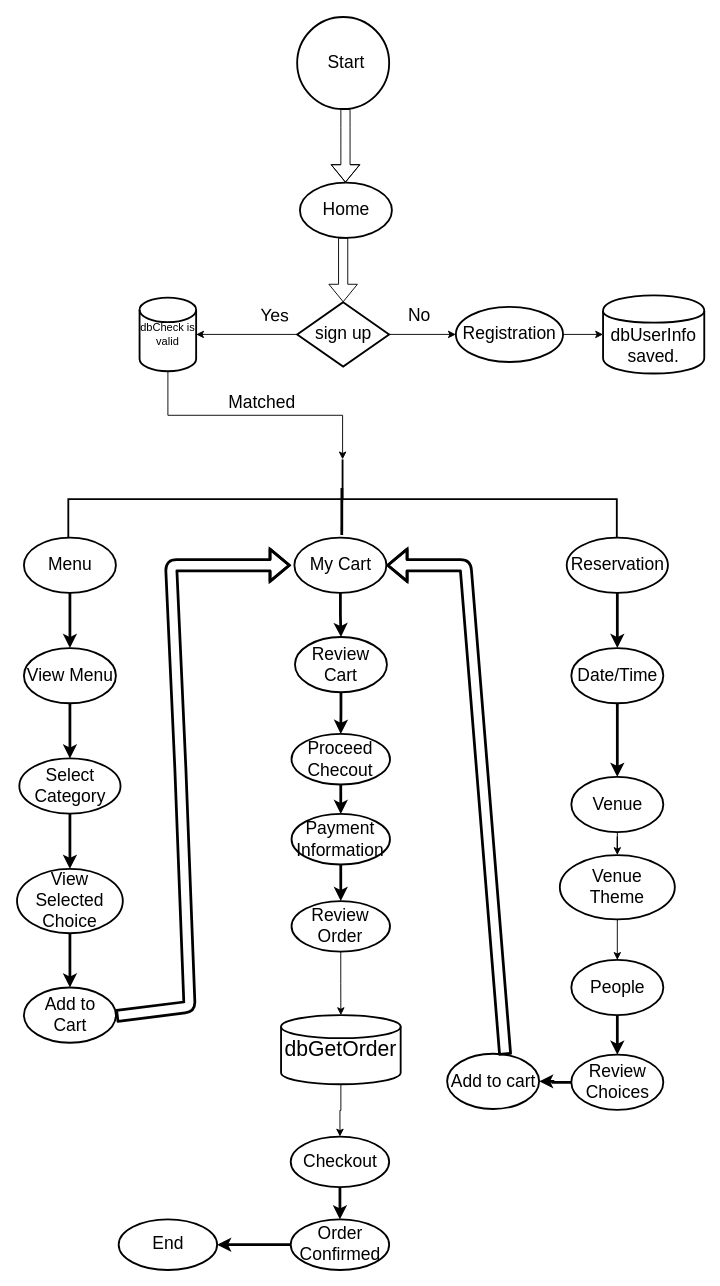
Earlier version of the draw.io diagram Untitled Diagram.drawio (rheymel/KingROMOLO). Source tidied: cells renumbered, new cells numbered last; positions are measured from the earlier drawing's top-left corner, leaving out a move shared by most shapes. Both pictures are drawn from the tidied source at 92%, with x=0, y=0 at pixel (17, 17).
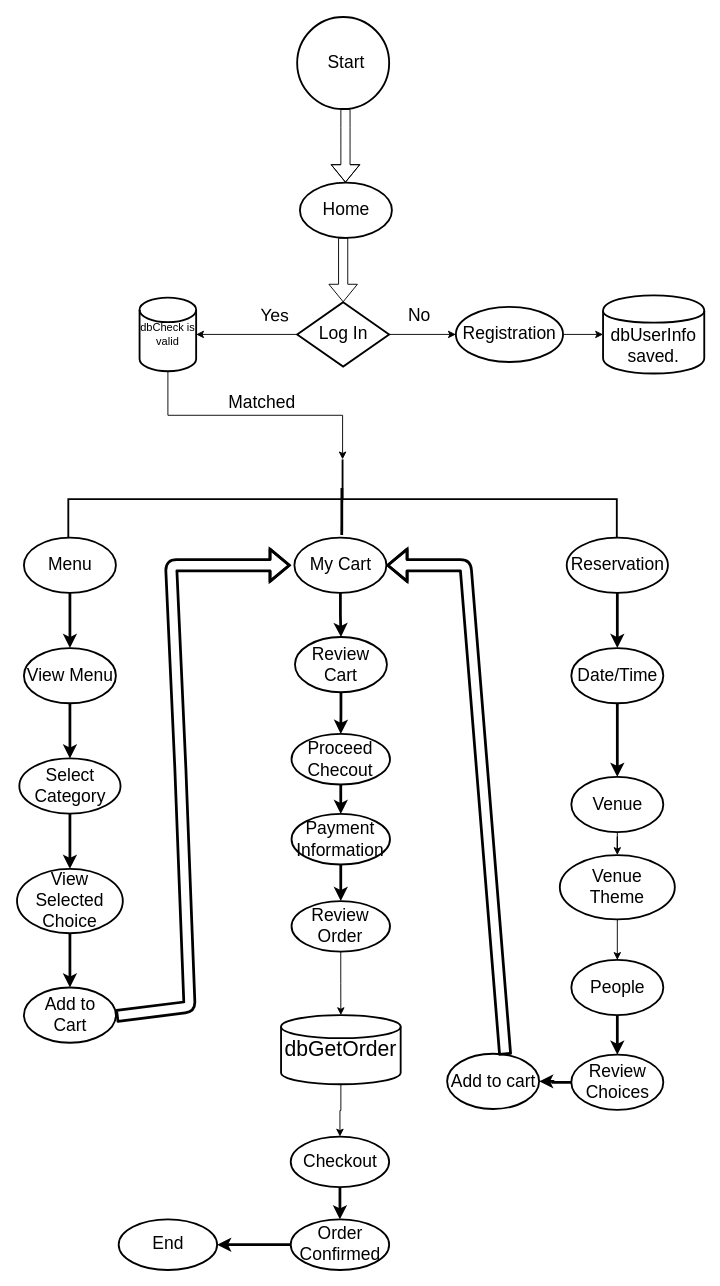
After the change.

Diff of the diagram source:
```diff
@@
-    <mxCell id="33" value="sign up" style="strokeWidth=2;html=1;shape=mxgraph.flowchart.decision;whiteSpace=wrap;fontSize=19;" parent="1" vertex="1">
+    <mxCell id="33" value="Log In" style="strokeWidth=2;html=1;shape=mxgraph.flowchart.decision;whiteSpace=wrap;fontSize=19;" parent="1" vertex="1">
       <mxGeometry x="304.5" y="310" width="100" height="70" as="geometry" />
     </mxCell>
```
